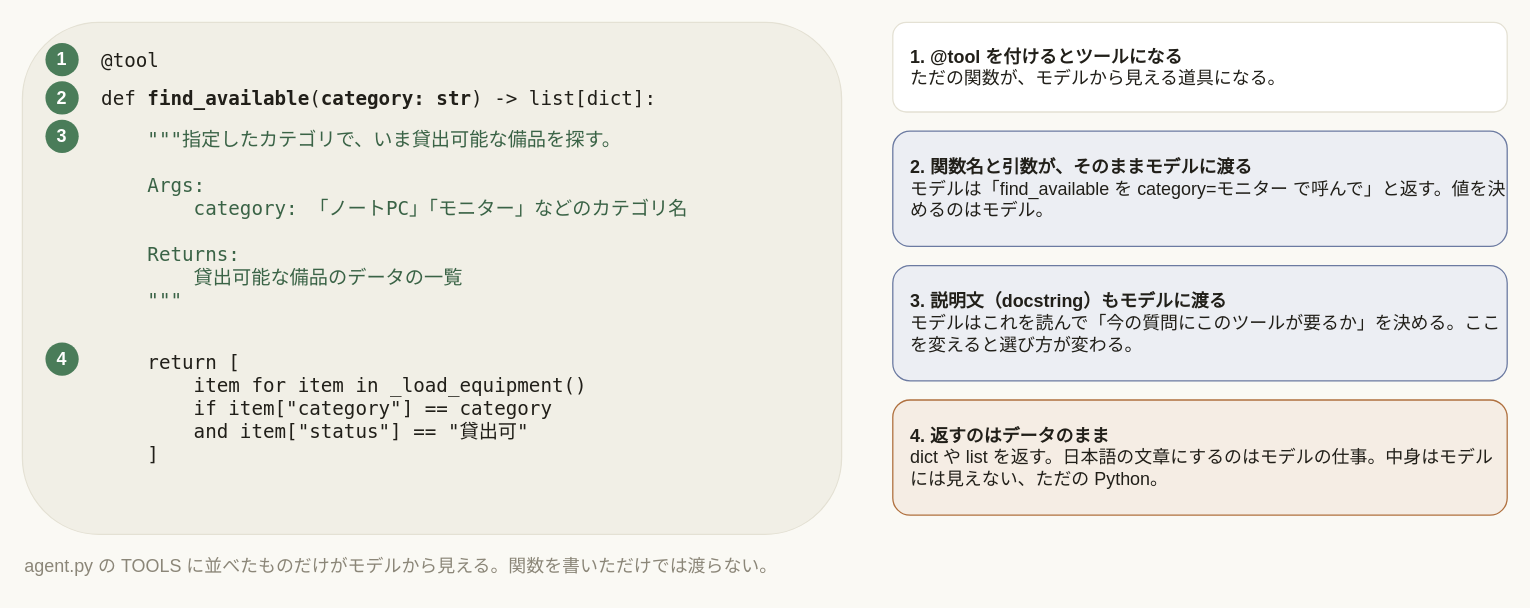
umitsu-tech/agentcore-handson-env keeps this draw.io diagram as docs/images/tool-anatomy.drawio. Above is the earlier version. Source tidied: cells renumbered, new cells numbered last; positions are measured from the earlier drawing's top-left corner, leaving out a move shared by most shapes. Both pictures are drawn from the tidied source at 128%, with x=0, y=0 at pixel (22, 22).
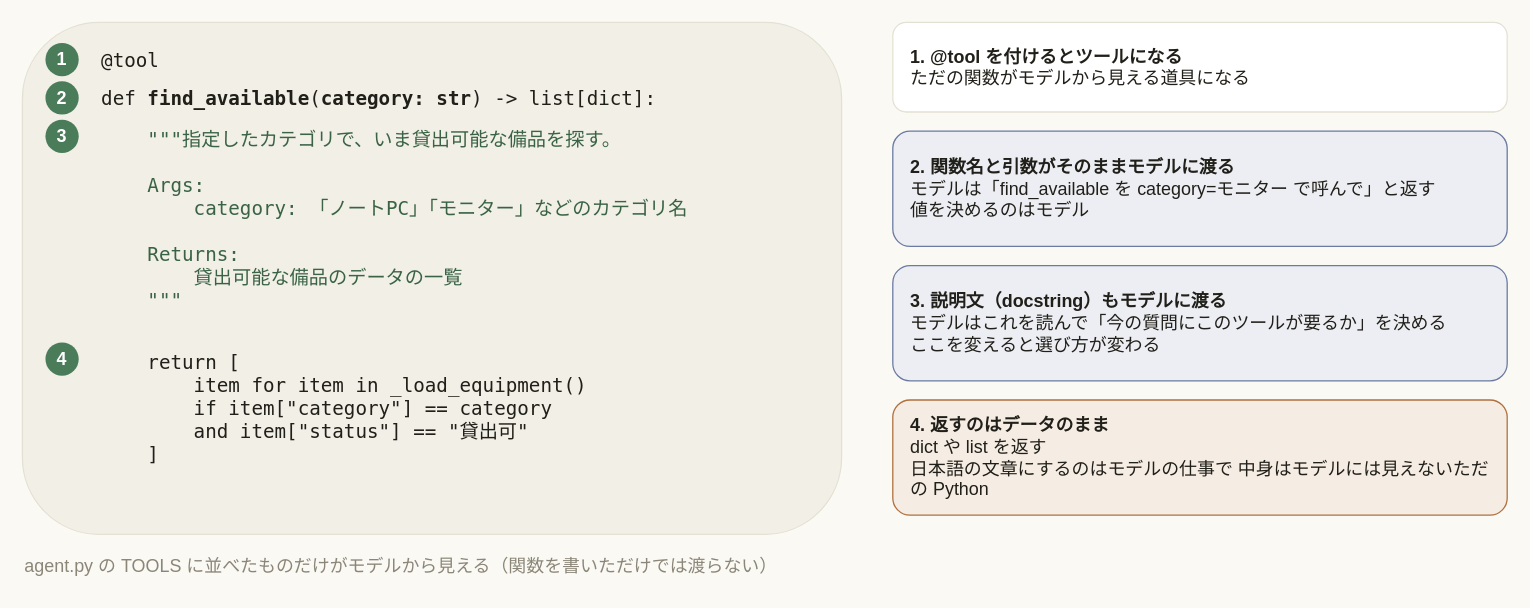
The same diagram, later.

The edit, as a diff of the source:
```diff
@@
 <mxGraphModel background="#faf9f4">
   <root>
     <mxCell id="0" />
     <mxCell id="1" parent="0" />
     <mxCell id="2" style="rounded=1;whiteSpace=wrap;html=1;strokeColor=#e4e1d4;fillColor=#f1efe6;" parent="1" vertex="1">
       <mxGeometry width="640" height="400" as="geometry" />
     </mxCell>
     <mxCell id="3" value="@tool" style="text;html=1;strokeColor=none;fillColor=none;align=left;verticalAlign=middle;fontSize=15;fontFamily=Menlo;fontColor=#211f19;" parent="1" vertex="1">
       <mxGeometry x="60" y="16" width="560" height="26" as="geometry" />
     </mxCell>
     <mxCell id="4" value="def &lt;b&gt;find_available&lt;/b&gt;(&lt;b&gt;category: str&lt;/b&gt;) -&amp;gt; list[dict]:" style="text;html=1;strokeColor=none;fillColor=none;align=left;verticalAlign=middle;fontSize=15;fontFamily=Menlo;fontColor=#211f19;" parent="1" vertex="1">
       <mxGeometry x="60" y="46" width="560" height="26" as="geometry" />
     </mxCell>
     <mxCell id="5" value="&amp;nbsp;&amp;nbsp;&amp;nbsp;&amp;nbsp;&quot;&quot;&quot;指定したカテゴリで、いま貸出可能な備品を探す。&lt;br&gt;&lt;br&gt;&amp;nbsp;&amp;nbsp;&amp;nbsp;&amp;nbsp;Args:&lt;br&gt;&amp;nbsp;&amp;nbsp;&amp;nbsp;&amp;nbsp;&amp;nbsp;&amp;nbsp;&amp;nbsp;&amp;nbsp;category: 「ノートPC」「モニター」などのカテゴリ名&lt;br&gt;&lt;br&gt;&amp;nbsp;&amp;nbsp;&amp;nbsp;&amp;nbsp;Returns:&lt;br&gt;&amp;nbsp;&amp;nbsp;&amp;nbsp;&amp;nbsp;&amp;nbsp;&amp;nbsp;&amp;nbsp;&amp;nbsp;貸出可能な備品のデータの一覧&lt;br&gt;&amp;nbsp;&amp;nbsp;&amp;nbsp;&amp;nbsp;&quot;&quot;&quot;" style="text;html=1;strokeColor=none;fillColor=none;align=left;verticalAlign=top;fontSize=15;fontFamily=Menlo;fontColor=#3a6346;" parent="1" vertex="1">
       <mxGeometry x="60" y="76" width="560" height="200" as="geometry" />
     </mxCell>
     <mxCell id="6" value="&amp;nbsp;&amp;nbsp;&amp;nbsp;&amp;nbsp;return [&lt;br&gt;&amp;nbsp;&amp;nbsp;&amp;nbsp;&amp;nbsp;&amp;nbsp;&amp;nbsp;&amp;nbsp;&amp;nbsp;item for item in _load_equipment()&lt;br&gt;&amp;nbsp;&amp;nbsp;&amp;nbsp;&amp;nbsp;&amp;nbsp;&amp;nbsp;&amp;nbsp;&amp;nbsp;if item[&quot;category&quot;] == category&lt;br&gt;&amp;nbsp;&amp;nbsp;&amp;nbsp;&amp;nbsp;&amp;nbsp;&amp;nbsp;&amp;nbsp;&amp;nbsp;and item[&quot;status&quot;] == &quot;貸出可&quot;&lt;br&gt;&amp;nbsp;&amp;nbsp;&amp;nbsp;&amp;nbsp;]" style="text;html=1;strokeColor=none;fillColor=none;align=left;verticalAlign=top;fontSize=15;fontFamily=Menlo;fontColor=#211f19;" parent="1" vertex="1">
       <mxGeometry x="60" y="250" width="560" height="130" as="geometry" />
     </mxCell>
     <mxCell id="7" value="1" style="ellipse;whiteSpace=wrap;html=1;strokeColor=none;fillColor=#4a7c59;fontSize=14;fontStyle=1;fontColor=#FFFFFF;" parent="1" vertex="1">
       <mxGeometry x="18" y="16" width="26" height="26" as="geometry" />
     </mxCell>
     <mxCell id="8" value="2" style="ellipse;whiteSpace=wrap;html=1;strokeColor=none;fillColor=#4a7c59;fontSize=14;fontStyle=1;fontColor=#FFFFFF;" parent="1" vertex="1">
       <mxGeometry x="18" y="46" width="26" height="26" as="geometry" />
     </mxCell>
     <mxCell id="9" value="3" style="ellipse;whiteSpace=wrap;html=1;strokeColor=none;fillColor=#4a7c59;fontSize=14;fontStyle=1;fontColor=#FFFFFF;" parent="1" vertex="1">
       <mxGeometry x="18" y="76" width="26" height="26" as="geometry" />
     </mxCell>
     <mxCell id="10" value="4" style="ellipse;whiteSpace=wrap;html=1;strokeColor=none;fillColor=#4a7c59;fontSize=14;fontStyle=1;fontColor=#FFFFFF;" parent="1" vertex="1">
       <mxGeometry x="18" y="250" width="26" height="26" as="geometry" />
     </mxCell>
-    <mxCell id="11" value="&lt;b&gt;1. @tool を付けるとツールになる&lt;/b&gt;&lt;br&gt;ただの関数が、モデルから見える道具になる。" style="rounded=1;whiteSpace=wrap;html=1;strokeColor=#e4e1d4;fillColor=#FFFFFF;fontSize=14;fontColor=#211f19;align=left;spacingLeft=12;" parent="1" vertex="1">
+    <mxCell id="11" value="&lt;b&gt;1. @tool を付けるとツールになる&lt;/b&gt;&lt;br&gt;ただの関数がモデルから見える道具になる" style="rounded=1;whiteSpace=wrap;html=1;strokeColor=#e4e1d4;fillColor=#FFFFFF;fontSize=14;fontColor=#211f19;align=left;spacingLeft=12;" parent="1" vertex="1">
       <mxGeometry x="680" width="480" height="70" as="geometry" />
     </mxCell>
-    <mxCell id="12" value="&lt;b&gt;2. 関数名と引数が、そのままモデルに渡る&lt;/b&gt;&lt;br&gt;モデルは「find_available を category=モニター で呼んで」と返す。値を決めるのはモデル。" style="rounded=1;whiteSpace=wrap;html=1;strokeColor=#6b7aa1;fillColor=#eceef3;fontSize=14;fontColor=#211f19;align=left;spacingLeft=12;" parent="1" vertex="1">
+    <mxCell id="12" value="&lt;b&gt;2. 関数名と引数がそのままモデルに渡る&lt;/b&gt;&lt;br&gt;モデルは「find_available を category=モニター で呼んで」と返す&lt;br&gt;値を決めるのはモデル" style="rounded=1;whiteSpace=wrap;html=1;strokeColor=#6b7aa1;fillColor=#eceef3;fontSize=14;fontColor=#211f19;align=left;spacingLeft=12;" parent="1" vertex="1">
       <mxGeometry x="680" y="85" width="480" height="90" as="geometry" />
     </mxCell>
-    <mxCell id="13" value="&lt;b&gt;3. 説明文（docstring）もモデルに渡る&lt;/b&gt;&lt;br&gt;モデルはこれを読んで「今の質問にこのツールが要るか」を決める。ここを変えると選び方が変わる。" style="rounded=1;whiteSpace=wrap;html=1;strokeColor=#6b7aa1;fillColor=#eceef3;fontSize=14;fontColor=#211f19;align=left;spacingLeft=12;" parent="1" vertex="1">
+    <mxCell id="13" value="&lt;b&gt;3. 説明文（docstring）もモデルに渡る&lt;/b&gt;&lt;br&gt;モデルはこれを読んで「今の質問にこのツールが要るか」を決める&lt;br&gt;ここを変えると選び方が変わる" style="rounded=1;whiteSpace=wrap;html=1;strokeColor=#6b7aa1;fillColor=#eceef3;fontSize=14;fontColor=#211f19;align=left;spacingLeft=12;" parent="1" vertex="1">
       <mxGeometry x="680" y="190" width="480" height="90" as="geometry" />
     </mxCell>
-    <mxCell id="14" value="&lt;b&gt;4. 返すのはデータのまま&lt;/b&gt;&lt;br&gt;dict や list を返す。日本語の文章にするのはモデルの仕事。中身はモデルには見えない、ただの Python。" style="rounded=1;whiteSpace=wrap;html=1;strokeColor=#b0713f;fillColor=#f5ede4;fontSize=14;fontColor=#211f19;align=left;spacingLeft=12;" parent="1" vertex="1">
+    <mxCell id="14" value="&lt;b&gt;4. 返すのはデータのまま&lt;/b&gt;&lt;br&gt;dict や list を返す&lt;br&gt;日本語の文章にするのはモデルの仕事で 中身はモデルには見えないただの Python" style="rounded=1;whiteSpace=wrap;html=1;strokeColor=#b0713f;fillColor=#f5ede4;fontSize=14;fontColor=#211f19;align=left;spacingLeft=12;" parent="1" vertex="1">
       <mxGeometry x="680" y="295" width="480" height="90" as="geometry" />
     </mxCell>
-    <mxCell id="15" value="agent.py の TOOLS に並べたものだけがモデルから見える。関数を書いただけでは渡らない。" style="text;html=1;strokeColor=none;fillColor=none;align=left;verticalAlign=middle;whiteSpace=wrap;fontSize=14;fontColor=#8b8678;" parent="1" vertex="1">
+    <mxCell id="15" value="agent.py の TOOLS に並べたものだけがモデルから見える（関数を書いただけでは渡らない）" style="text;html=1;strokeColor=none;fillColor=none;align=left;verticalAlign=middle;whiteSpace=wrap;fontSize=14;fontColor=#8b8678;" parent="1" vertex="1">
       <mxGeometry y="410" width="900" height="30" as="geometry" />
     </mxCell>
   </root>
 </mxGraphModel>
```
